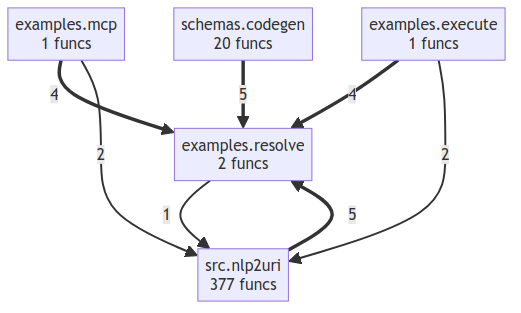
semcod/nlp2uri keeps this Mermaid diagram as project/compact_flow.png. Above is the earlier version. Its source is kept beside it as project/compact_flow.mmd.
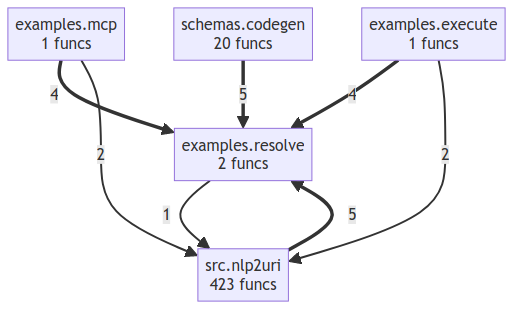
The same diagram one commit later.

Diff of the diagram source:
```diff
@@ -3,7 +3,7 @@
     examples__mcp["examples.mcp<br/>1 funcs"]
     examples__resolve["examples.resolve<br/>2 funcs"]
     schemas__codegen["schemas.codegen<br/>20 funcs"]
-    src__nlp2uri["src.nlp2uri<br/>377 funcs"]
+    src__nlp2uri["src.nlp2uri<br/>423 funcs"]
     schemas__codegen ==>|5| examples__resolve
     src__nlp2uri ==>|5| examples__resolve
     examples__mcp ==>|4| examples__resolve
```
